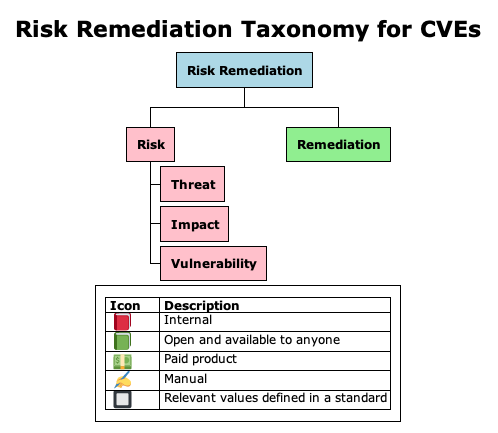
The PlantUML diagram images/RiskRemediation_top.png in theparanoids/PrioritizedRiskRemediation, before a commit. Its diagram source:
```plantuml
@startwbs RiskRemediation_top
!theme plain

<style>
wbsDiagram {
  .riskremediation {
      BackgroundColor lightblue
  }
  .risk {
      BackgroundColor pink
  }
  .remediation {
      BackgroundColor lightgreen
  }

}

</style>

Title Risk Remediation Taxonomy for CVEs

* **Risk Remediation** <<riskremediation>>
** **Risk** <<risk>>
*** **Threat** <<risk>>


*** **Impact** <<risk>>


*** **Vulnerability** <<risk>>



** **Remediation** <<remediation>>


legend
    |= Icon |= Description |
    |  <:closed_book:>  | Internal |
    |  <:green_book:>   | Open and available to anyone |
    |  <:dollar:>       | Paid product  |
    |  <:writing_hand:> | Manual |
    |  <:black_square_button:> | Relevant values defined in a standard |
endlegend


@endwbs
```
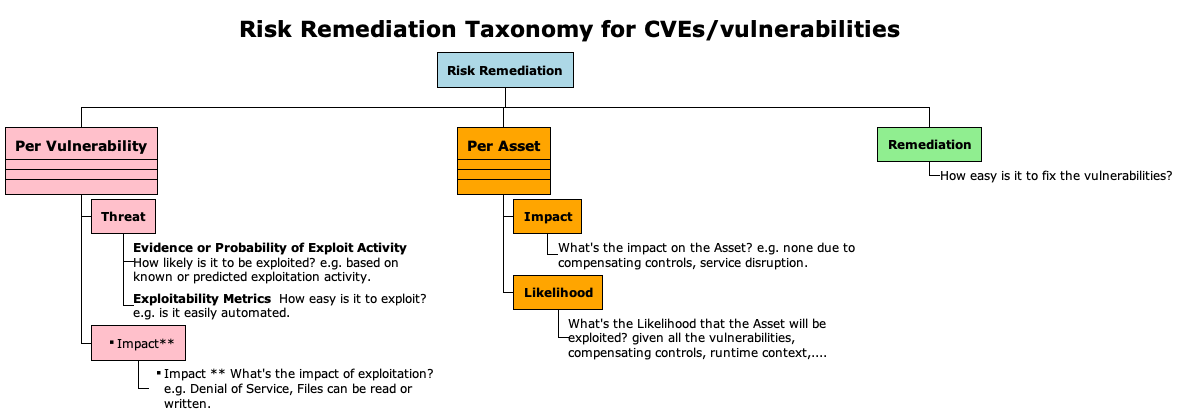
Above is the later version.

Change to the diagram source:
```diff
@@ -9,39 +9,50 @@
   .risk {
       BackgroundColor pink
   }
+  .asset {
+      BackgroundColor orange
+  }
   .remediation {
       BackgroundColor lightgreen
   }
-
 }
 
 </style>
 
-Title Risk Remediation Taxonomy for CVEs
+Title Risk Remediation Taxonomy for CVEs/vulnerabilities
 
 * **Risk Remediation** <<riskremediation>>
-** **Risk** <<risk>>
-*** **Threat** <<risk>>
+
+**[#pink]:==Per Vulnerability
+----
+----
+----;
 
 
-*** **Impact** <<risk>>
+***[#pink] **Threat**
+****_ **Evidence or Probability of Exploit Activity** How likely is it to be exploited? e.g. based on known or predicted exploitation activity.
+****_ **Exploitability Metrics ** How easy is it to exploit? e.g. is it easily automated.
+
+***[#pink] ** Impact**
+****_ ** Impact ** What's the impact of exploitation? e.g. Denial of Service, Files can be read or written.
 
 
-*** **Vulnerability** <<risk>>
+
+**[#orange]:==Per Asset
+----
+----
+----;
+
+*** **Impact** <<asset>>
+****_ What's the impact on the Asset? e.g. none due to compensating controls, service disruption.
+
+*** **Likelihood** <<asset>>
+****_ What's the Likelihood that the Asset will be exploited? given all the vulnerabilities, compensating controls, runtime context,....
 
 
 
 ** **Remediation** <<remediation>>
-
-
-legend
-    |= Icon |= Description |
-    |  <:closed_book:>  | Internal |
-    |  <:green_book:>   | Open and available to anyone |
-    |  <:dollar:>       | Paid product  |
-    |  <:writing_hand:> | Manual |
-    |  <:black_square_button:> | Relevant values defined in a standard |
-endlegend
+***_ How easy is it to fix the vulnerabilities?
 
 
 @endwbs
```
